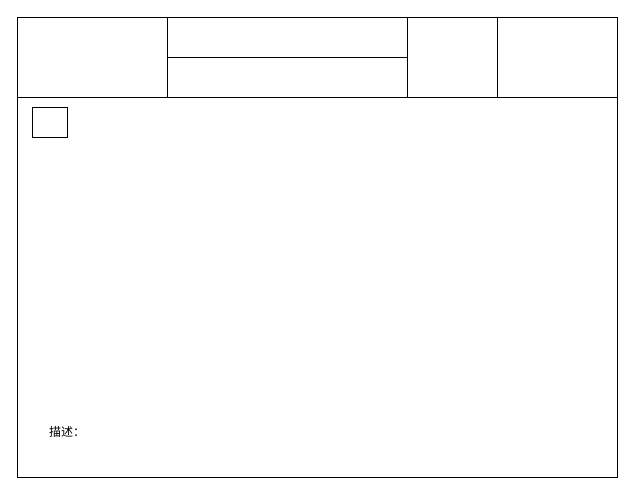
The draw.io diagram page "组合模式" (15 of 23) of 设计模式/设计模式.drawio in damaoguo/Architect, before the edit. Source tidied: cells renumbered, new cells numbered last; positions are measured from the earlier drawing's top-left corner, leaving out a move shared by most shapes. Both pictures are drawn from the tidied source at 100%, with x=0, y=0 at pixel (17, 17).
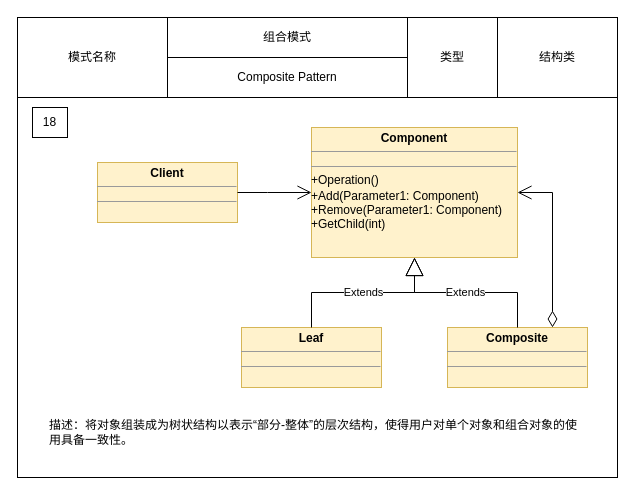
The same page after the edit.

The change refers to these unchanged cells:
```xml
<mxCell id="2" style="group;" parent="1" vertex="1">
  <mxGeometry width="600" height="460" as="geometry" />
</mxCell>
```

What changed in the source:
```diff
@@
-    <mxCell id="5" style="rounded=0;whiteSpace=wrap;html=1;" parent="2" vertex="1">
+    <mxCell id="5" value="模式名称" style="rounded=0;whiteSpace=wrap;html=1;" parent="2" vertex="1">
       <mxGeometry width="150" height="80" as="geometry" />
     </mxCell>
-    <mxCell id="6" style="rounded=0;whiteSpace=wrap;html=1;" parent="2" vertex="1">
+    <mxCell id="6" value="组合模式" style="rounded=0;whiteSpace=wrap;html=1;" parent="2" vertex="1">
       <mxGeometry x="150" width="240" height="40" as="geometry" />
     </mxCell>
-    <mxCell id="7" style="rounded=0;whiteSpace=wrap;html=1;" parent="2" vertex="1">
+    <mxCell id="7" value="Composite Pattern" style="rounded=0;whiteSpace=wrap;html=1;" parent="2" vertex="1">
       <mxGeometry x="150" y="40" width="240" height="40" as="geometry" />
     </mxCell>
-    <mxCell id="8" style="rounded=0;whiteSpace=wrap;html=1;" parent="2" vertex="1">
+    <mxCell id="8" value="类型" style="rounded=0;whiteSpace=wrap;html=1;" parent="2" vertex="1">
       <mxGeometry x="390" width="90" height="80" as="geometry" />
     </mxCell>
-    <mxCell id="9" style="rounded=0;whiteSpace=wrap;html=1;" parent="2" vertex="1">
+    <mxCell id="9" value="18" style="rounded=0;whiteSpace=wrap;html=1;" parent="2" vertex="1">
       <mxGeometry x="15" y="90" width="35" height="30" as="geometry" />
     </mxCell>
-    <mxCell id="10" value="描述：" style="text;html=1;strokeColor=none;fillColor=none;align=left;verticalAlign=middle;whiteSpace=wrap;rounded=0;" parent="2" vertex="1">
+    <mxCell id="10" value="描述：将对象组装成为树状结构以表示“部分-整体”的层次结构，使得用户对单个对象和组合对象的使用具备一致性。" style="text;html=1;strokeColor=none;fillColor=none;align=left;verticalAlign=middle;whiteSpace=wrap;rounded=0;" parent="2" vertex="1">
       <mxGeometry x="30" y="400" width="540" height="30" as="geometry" />
     </mxCell>
+    <mxCell id="11" value="结构类" style="rounded=0;whiteSpace=wrap;html=1;" parent="2" vertex="1">
+      <mxGeometry x="480" width="120" height="80" as="geometry" />
+    </mxCell>
+    <mxCell id="12" value="&lt;p style=&quot;margin: 0px ; margin-top: 4px ; text-align: center&quot;&gt;&lt;b&gt;Client&lt;/b&gt;&lt;/p&gt;&lt;hr size=&quot;1&quot;&gt;&lt;div style=&quot;height: 2px&quot;&gt;&lt;/div&gt;&lt;hr size=&quot;1&quot;&gt;&lt;div style=&quot;height: 2px&quot;&gt;&lt;/div&gt;" style="verticalAlign=top;align=left;overflow=fill;fontSize=12;fontFamily=Helvetica;html=1;fillColor=#fff2cc;strokeColor=#d6b656;" parent="2" vertex="1">
+      <mxGeometry x="80" y="145" width="140" height="60" as="geometry" />
+    </mxCell>
+    <mxCell id="13" value="&lt;p style=&quot;margin: 0px ; margin-top: 4px ; text-align: center&quot;&gt;&lt;b&gt;Component&lt;/b&gt;&lt;/p&gt;&lt;hr size=&quot;1&quot;&gt;&lt;div style=&quot;height: 2px&quot;&gt;&lt;/div&gt;&lt;hr size=&quot;1&quot;&gt;&lt;div style=&quot;height: 2px&quot;&gt;+Operation()&lt;/div&gt;&lt;div style=&quot;height: 2px&quot;&gt;&lt;br&gt;&lt;/div&gt;&lt;div style=&quot;height: 2px&quot;&gt;&lt;br&gt;&lt;/div&gt;&lt;div style=&quot;height: 2px&quot;&gt;&lt;br&gt;&lt;/div&gt;&lt;div style=&quot;height: 2px&quot;&gt;&lt;br&gt;&lt;/div&gt;&lt;div style=&quot;height: 2px&quot;&gt;&lt;br&gt;&lt;/div&gt;&lt;div style=&quot;height: 2px&quot;&gt;&lt;br&gt;&lt;/div&gt;&lt;div style=&quot;height: 2px&quot;&gt;&lt;br&gt;&lt;/div&gt;&lt;div style=&quot;height: 2px&quot;&gt;+Add(Parameter1: Component)&lt;/div&gt;&lt;div style=&quot;height: 2px&quot;&gt;&lt;br&gt;&lt;/div&gt;&lt;div style=&quot;height: 2px&quot;&gt;&lt;br&gt;&lt;/div&gt;&lt;div style=&quot;height: 2px&quot;&gt;&lt;br&gt;&lt;/div&gt;&lt;div style=&quot;height: 2px&quot;&gt;&lt;br&gt;&lt;/div&gt;&lt;div style=&quot;height: 2px&quot;&gt;&lt;br&gt;&lt;/div&gt;&lt;div style=&quot;height: 2px&quot;&gt;&lt;br&gt;&lt;/div&gt;&lt;div style=&quot;height: 2px&quot;&gt;+Remove(Parameter1: Component)&lt;br&gt;&lt;/div&gt;&lt;div style=&quot;height: 2px&quot;&gt;&lt;br&gt;&lt;/div&gt;&lt;div style=&quot;height: 2px&quot;&gt;&lt;br&gt;&lt;/div&gt;&lt;div style=&quot;height: 2px&quot;&gt;&lt;br&gt;&lt;/div&gt;&lt;div style=&quot;height: 2px&quot;&gt;&lt;br&gt;&lt;/div&gt;&lt;div style=&quot;height: 2px&quot;&gt;&lt;br&gt;&lt;/div&gt;&lt;div style=&quot;height: 2px&quot;&gt;&lt;br&gt;&lt;/div&gt;&lt;div style=&quot;height: 2px&quot;&gt;+GetChild(int)&lt;/div&gt;" style="verticalAlign=top;align=left;overflow=fill;fontSize=12;fontFamily=Helvetica;html=1;fillColor=#fff2cc;strokeColor=#d6b656;" parent="2" vertex="1">
+      <mxGeometry x="294" y="110" width="206" height="130" as="geometry" />
+    </mxCell>
+    <mxCell id="14" value="&lt;p style=&quot;margin: 0px ; margin-top: 4px ; text-align: center&quot;&gt;&lt;b&gt;Leaf&lt;/b&gt;&lt;/p&gt;&lt;hr size=&quot;1&quot;&gt;&lt;div style=&quot;height: 2px&quot;&gt;&lt;/div&gt;&lt;hr size=&quot;1&quot;&gt;&lt;div style=&quot;height: 2px&quot;&gt;&lt;/div&gt;" style="verticalAlign=top;align=left;overflow=fill;fontSize=12;fontFamily=Helvetica;html=1;fillColor=#fff2cc;strokeColor=#d6b656;" parent="2" vertex="1">
+      <mxGeometry x="224" y="310" width="140" height="60" as="geometry" />
+    </mxCell>
+    <mxCell id="15" value="&lt;p style=&quot;margin: 0px ; margin-top: 4px ; text-align: center&quot;&gt;&lt;b&gt;Composite&lt;/b&gt;&lt;/p&gt;&lt;hr size=&quot;1&quot;&gt;&lt;div style=&quot;height: 2px&quot;&gt;&lt;/div&gt;&lt;hr size=&quot;1&quot;&gt;&lt;div style=&quot;height: 2px&quot;&gt;&lt;/div&gt;" style="verticalAlign=top;align=left;overflow=fill;fontSize=12;fontFamily=Helvetica;html=1;fillColor=#fff2cc;strokeColor=#d6b656;" parent="2" vertex="1">
+      <mxGeometry x="430" y="310" width="140" height="60" as="geometry" />
+    </mxCell>
+    <mxCell id="16" value="Extends" style="endArrow=block;endSize=16;endFill=0;html=1;rounded=0;edgeStyle=orthogonalEdgeStyle;exitX=0.5;exitY=0;exitDx=0;exitDy=0;" parent="2" edge="1" source="14" target="13">
+      <mxGeometry relative="1" as="geometry" />
+    </mxCell>
+    <mxCell id="17" value="Extends" style="endArrow=block;endSize=16;endFill=0;html=1;rounded=0;edgeStyle=orthogonalEdgeStyle;exitX=0.5;exitY=0;exitDx=0;exitDy=0;entryX=0.5;entryY=1;entryDx=0;entryDy=0;" parent="2" edge="1" source="15" target="13">
+      <mxGeometry relative="1" as="geometry" />
+    </mxCell>
+    <mxCell id="18" style="endArrow=open;html=1;endSize=12;startArrow=diamondThin;startSize=14;startFill=0;edgeStyle=orthogonalEdgeStyle;align=left;verticalAlign=bottom;rounded=0;exitX=0.75;exitY=0;exitDx=0;exitDy=0;entryX=1;entryY=0.5;entryDx=0;entryDy=0;" parent="2" edge="1" source="15" target="13">
+      <mxGeometry x="-1" y="3" relative="1" as="geometry" />
+    </mxCell>
+    <mxCell id="19" style="endArrow=open;endFill=1;endSize=12;html=1;rounded=0;edgeStyle=orthogonalEdgeStyle;exitX=1;exitY=0.5;exitDx=0;exitDy=0;entryX=0;entryY=0.5;entryDx=0;entryDy=0;" parent="2" edge="1" source="12" target="13">
+      <mxGeometry relative="1" as="geometry">
+        <Array as="points">
+          <mxPoint x="250" y="175" />
+          <mxPoint x="250" y="175" />
+        </Array>
+      </mxGeometry>
+    </mxCell>
```
